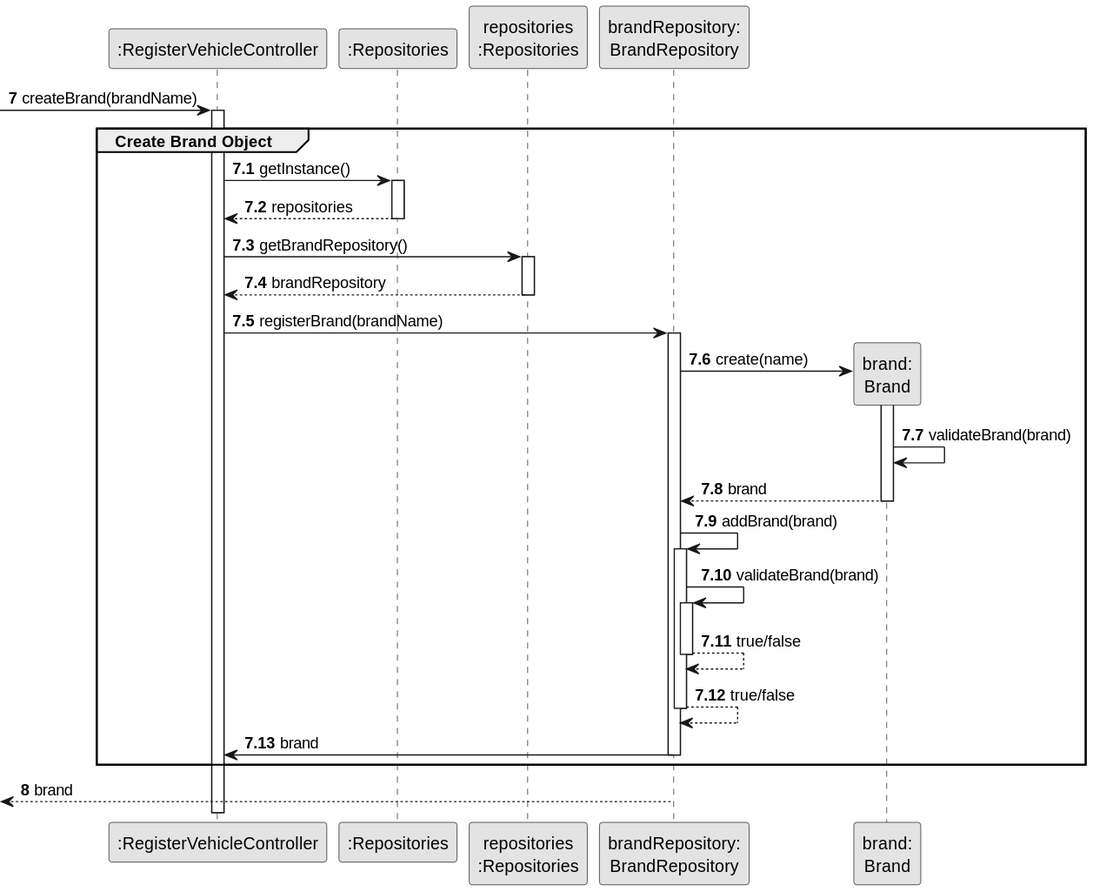
The PlantUML diagram docs/sprint2/us06/03.design/svg/us06-sequence-diagram-partial-create-brand.svg in Departamento-de-Engenharia-Informatica/lei-24-s2-1db-g022, before a commit.
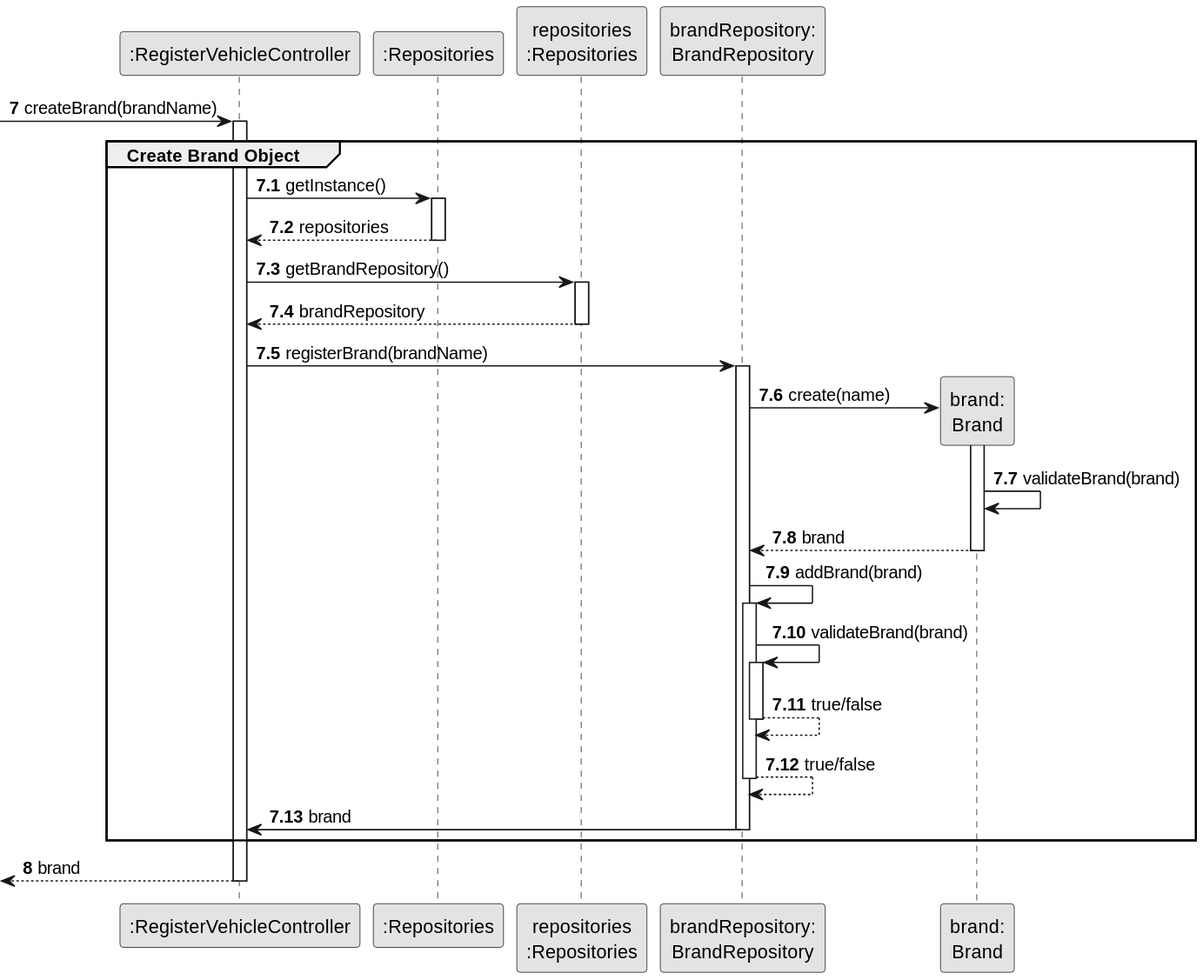
After the change.

Diff of the diagram source:
```diff
@@ -57,6 +57,6 @@
     end
 
     autonumber 8
-    <-- BR : brand
-deactivate BR
+    <-- CTRL : brand
+deactivate CTRL
 @enduml
```
